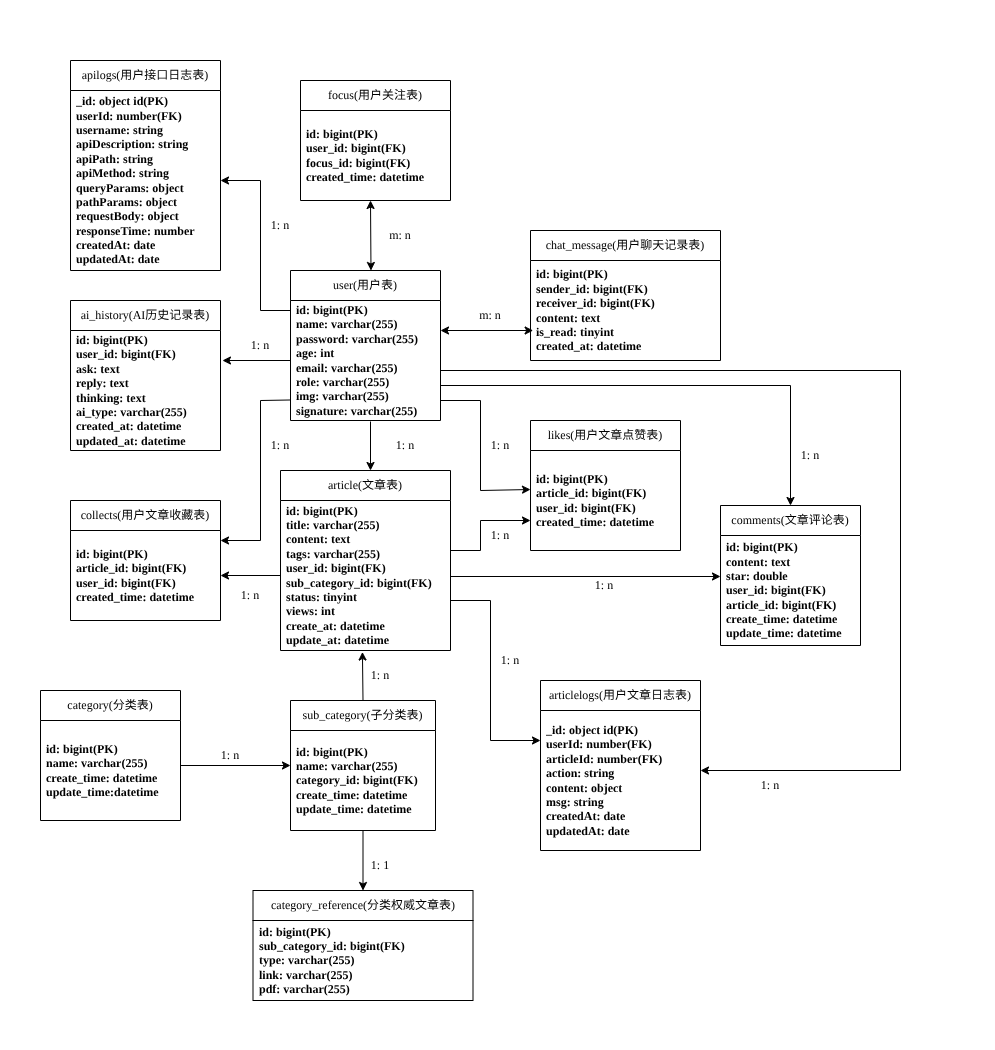
Earlier version of the draw.io export static/pic/er.drawio.png (hongch666/mix-web-demo). Source tidied: cells renumbered, new cells last; positions are measured from the earlier drawing's top-left corner, leaving out a move shared by most shapes.
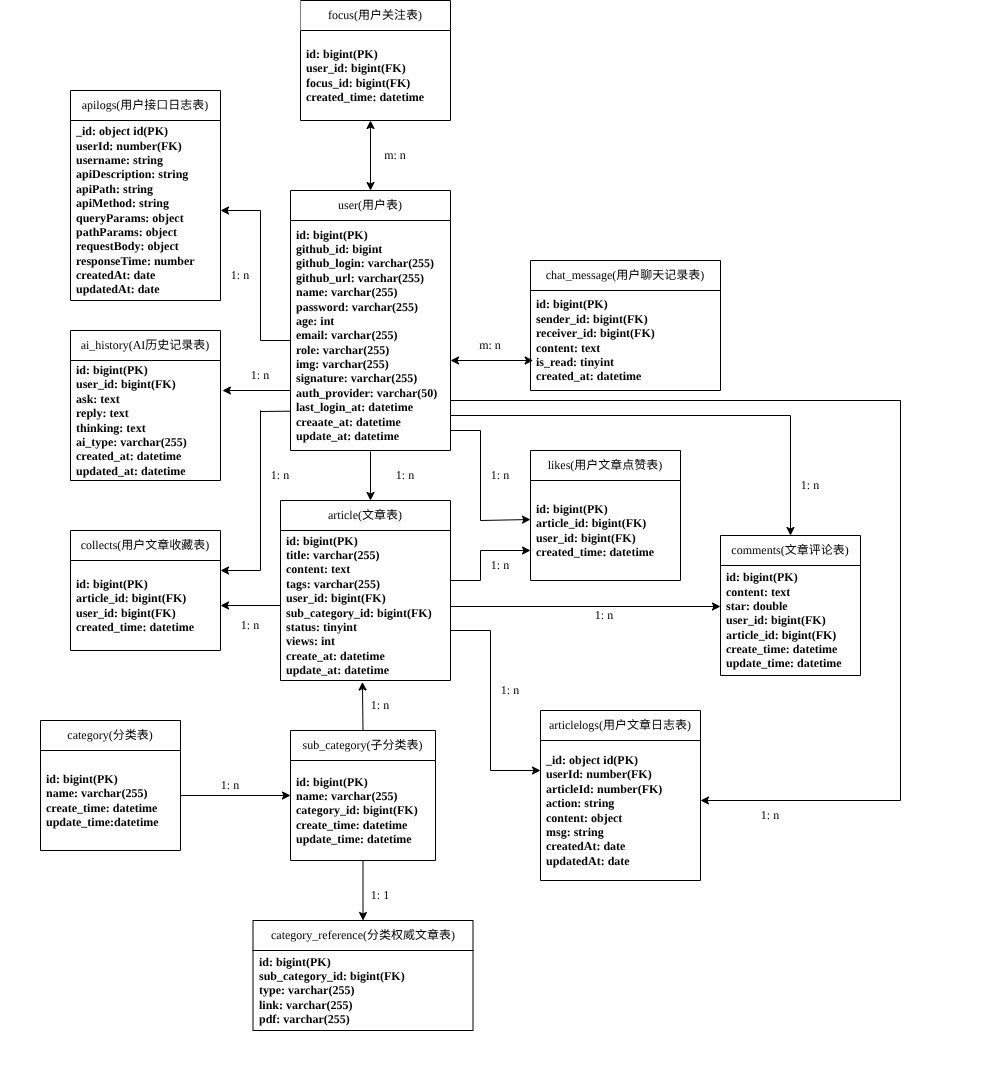
After the change.

Commit message:
更新架构图和ER图

Diff of the diagram source:
```diff
@@ -3,10 +3,10 @@
     <mxCell id="0" />
     <mxCell id="1" parent="0" />
     <mxCell id="2" value="user(用户表)" style="swimlane;fontStyle=0;horizontal=1;startSize=30;whiteSpace=wrap;html=1;fontColor=default;fontFamily=Times New Roman;" parent="1" vertex="1">
-      <mxGeometry x="290" y="270" width="150" height="150" as="geometry" />
+      <mxGeometry x="290" y="160" width="160" height="260" as="geometry" />
     </mxCell>
-    <mxCell id="3" value="&lt;font style=&quot;&quot;&gt;&lt;b style=&quot;&quot;&gt;id: bigint(PK)&lt;/b&gt;&lt;/font&gt;&lt;div&gt;&lt;font style=&quot;&quot;&gt;&lt;b style=&quot;&quot;&gt;name: &lt;/b&gt;&lt;b&gt;varchar&lt;/b&gt;&lt;b style=&quot;&quot;&gt;(255)&lt;/b&gt;&lt;/font&gt;&lt;/div&gt;&lt;div&gt;&lt;font style=&quot;&quot;&gt;&lt;b style=&quot;&quot;&gt;password:&amp;nbsp;&lt;span style=&quot;scrollbar-color: rgb(75, 75, 75) rgb(27, 29, 30);&quot;&gt;varchar(255)&lt;/span&gt;&lt;/b&gt;&lt;/font&gt;&lt;/div&gt;&lt;div&gt;&lt;font style=&quot;&quot;&gt;&lt;b style=&quot;&quot;&gt;age: int&lt;/b&gt;&lt;/font&gt;&lt;/div&gt;&lt;div&gt;&lt;font style=&quot;&quot;&gt;&lt;b style=&quot;&quot;&gt;email:&amp;nbsp;&lt;span style=&quot;scrollbar-color: rgb(75, 75, 75) rgb(27, 29, 30);&quot;&gt;varchar(255)&lt;/span&gt;&lt;/b&gt;&lt;/font&gt;&lt;/div&gt;&lt;div&gt;&lt;font style=&quot;&quot;&gt;&lt;b style=&quot;&quot;&gt;role:&amp;nbsp;&lt;span style=&quot;scrollbar-color: rgb(75, 75, 75) rgb(27, 29, 30);&quot;&gt;varchar(255)&lt;/span&gt;&lt;/b&gt;&lt;/font&gt;&lt;/div&gt;&lt;div&gt;&lt;font style=&quot;&quot;&gt;&lt;b style=&quot;&quot;&gt;img:&amp;nbsp;&lt;span style=&quot;scrollbar-color: rgb(75, 75, 75) rgb(27, 29, 30);&quot;&gt;varchar(255)&lt;/span&gt;&lt;/b&gt;&lt;/font&gt;&lt;/div&gt;&lt;div&gt;&lt;font style=&quot;&quot;&gt;&lt;b style=&quot;&quot;&gt;signature:&amp;nbsp;&lt;span style=&quot;scrollbar-color: rgb(75, 75, 75) rgb(27, 29, 30);&quot;&gt;varchar(255)&lt;/span&gt;&lt;/b&gt;&lt;/font&gt;&lt;/div&gt;" style="text;strokeColor=none;fillColor=none;align=left;verticalAlign=middle;spacingLeft=4;spacingRight=4;overflow=hidden;points=[[0,0.5],[1,0.5]];portConstraint=eastwest;whiteSpace=wrap;html=1;fontColor=default;labelBackgroundColor=none;fontFamily=Times New Roman;" parent="2" vertex="1">
-      <mxGeometry y="30" width="150" height="120" as="geometry" />
+    <mxCell id="3" value="&lt;font style=&quot;&quot;&gt;&lt;b style=&quot;&quot;&gt;id: bigint(PK)&lt;/b&gt;&lt;/font&gt;&lt;div&gt;&lt;b&gt;github_id: bigint&lt;/b&gt;&lt;/div&gt;&lt;div&gt;&lt;b&gt;github_login: varchar(255)&lt;/b&gt;&lt;/div&gt;&lt;div&gt;&lt;b&gt;github_url: varchar(255)&lt;br&gt;&lt;/b&gt;&lt;div&gt;&lt;font style=&quot;&quot;&gt;&lt;b style=&quot;&quot;&gt;name: &lt;/b&gt;&lt;b&gt;varchar&lt;/b&gt;&lt;b style=&quot;&quot;&gt;(255)&lt;/b&gt;&lt;/font&gt;&lt;/div&gt;&lt;div&gt;&lt;font style=&quot;&quot;&gt;&lt;b style=&quot;&quot;&gt;password:&amp;nbsp;&lt;span style=&quot;scrollbar-color: rgb(75, 75, 75) rgb(27, 29, 30);&quot;&gt;varchar(255)&lt;/span&gt;&lt;/b&gt;&lt;/font&gt;&lt;/div&gt;&lt;div&gt;&lt;font style=&quot;&quot;&gt;&lt;b style=&quot;&quot;&gt;age: int&lt;/b&gt;&lt;/font&gt;&lt;/div&gt;&lt;div&gt;&lt;font style=&quot;&quot;&gt;&lt;b style=&quot;&quot;&gt;email:&amp;nbsp;&lt;span style=&quot;scrollbar-color: rgb(75, 75, 75) rgb(27, 29, 30);&quot;&gt;varchar(255)&lt;/span&gt;&lt;/b&gt;&lt;/font&gt;&lt;/div&gt;&lt;div&gt;&lt;font style=&quot;&quot;&gt;&lt;b style=&quot;&quot;&gt;role:&amp;nbsp;&lt;span style=&quot;scrollbar-color: rgb(75, 75, 75) rgb(27, 29, 30);&quot;&gt;varchar(255)&lt;/span&gt;&lt;/b&gt;&lt;/font&gt;&lt;/div&gt;&lt;div&gt;&lt;font style=&quot;&quot;&gt;&lt;b style=&quot;&quot;&gt;img:&amp;nbsp;&lt;span style=&quot;scrollbar-color: rgb(75, 75, 75) rgb(27, 29, 30);&quot;&gt;varchar(255)&lt;/span&gt;&lt;/b&gt;&lt;/font&gt;&lt;/div&gt;&lt;div&gt;&lt;font style=&quot;&quot;&gt;&lt;b style=&quot;&quot;&gt;signature:&amp;nbsp;&lt;span style=&quot;scrollbar-color: rgb(75, 75, 75) rgb(27, 29, 30);&quot;&gt;varchar(255)&lt;/span&gt;&lt;/b&gt;&lt;/font&gt;&lt;/div&gt;&lt;/div&gt;&lt;div&gt;&lt;font style=&quot;&quot;&gt;&lt;b style=&quot;&quot;&gt;&lt;span style=&quot;scrollbar-color: rgb(75, 75, 75) rgb(27, 29, 30);&quot;&gt;auth_provider: varchar(50)&lt;/span&gt;&lt;/b&gt;&lt;/font&gt;&lt;/div&gt;&lt;div&gt;&lt;font style=&quot;&quot;&gt;&lt;b style=&quot;&quot;&gt;&lt;span style=&quot;scrollbar-color: rgb(75, 75, 75) rgb(27, 29, 30);&quot;&gt;last_login_at: datetime&lt;/span&gt;&lt;/b&gt;&lt;/font&gt;&lt;/div&gt;&lt;div&gt;&lt;font style=&quot;&quot;&gt;&lt;b style=&quot;&quot;&gt;&lt;span style=&quot;scrollbar-color: rgb(75, 75, 75) rgb(27, 29, 30);&quot;&gt;creaate_at: datetime&lt;/span&gt;&lt;/b&gt;&lt;/font&gt;&lt;/div&gt;&lt;div&gt;&lt;font style=&quot;&quot;&gt;&lt;b style=&quot;&quot;&gt;&lt;span style=&quot;scrollbar-color: rgb(75, 75, 75) rgb(27, 29, 30);&quot;&gt;update_at: datetime&lt;/span&gt;&lt;/b&gt;&lt;/font&gt;&lt;/div&gt;" style="text;strokeColor=none;fillColor=none;align=left;verticalAlign=middle;spacingLeft=4;spacingRight=4;overflow=hidden;points=[[0,0.5],[1,0.5]];portConstraint=eastwest;whiteSpace=wrap;html=1;fontColor=default;labelBackgroundColor=none;fontFamily=Times New Roman;" parent="2" vertex="1">
+      <mxGeometry y="30" width="160" height="230" as="geometry" />
     </mxCell>
     <mxCell id="4" value="article(文章表)" style="swimlane;fontStyle=0;horizontal=1;startSize=30;whiteSpace=wrap;html=1;fontFamily=Times New Roman;" parent="1" vertex="1">
       <mxGeometry x="280" y="470" width="170" height="180" as="geometry" />
@@ -85,7 +85,7 @@
     </mxCell>
     <mxCell id="25" style="endArrow=none;html=1;fontFamily=Times New Roman;" parent="1" edge="1">
       <mxGeometry relative="1" as="geometry">
-        <mxPoint x="440" y="400" as="sourcePoint" />
+        <mxPoint x="450" y="400" as="sourcePoint" />
         <mxPoint x="480" y="400" as="targetPoint" />
       </mxGeometry>
     </mxCell>
@@ -121,13 +121,13 @@
     </mxCell>
     <mxCell id="31" style="endArrow=none;html=1;entryX=0;entryY=0.829;entryDx=0;entryDy=0;entryPerimeter=0;fontFamily=Times New Roman;" parent="1" edge="1" target="3">
       <mxGeometry relative="1" as="geometry">
-        <mxPoint x="260" y="400" as="sourcePoint" />
+        <mxPoint x="260" y="381" as="sourcePoint" />
       </mxGeometry>
     </mxCell>
     <mxCell id="32" style="endArrow=none;html=1;fontFamily=Times New Roman;" parent="1" edge="1">
       <mxGeometry relative="1" as="geometry">
         <mxPoint x="260" y="540" as="sourcePoint" />
-        <mxPoint x="260" y="400" as="targetPoint" />
+        <mxPoint x="260" y="380" as="targetPoint" />
       </mxGeometry>
     </mxCell>
     <mxCell id="33" style="endArrow=classic;html=1;fontFamily=Times New Roman;" parent="1" edge="1">
@@ -142,15 +142,14 @@
       </mxGeometry>
     </mxCell>
     <mxCell id="35" value="focus&lt;span style=&quot;&quot;&gt;(用户关注表)&lt;/span&gt;" style="swimlane;fontStyle=0;horizontal=1;startSize=30;whiteSpace=wrap;html=1;fontColor=default;fontFamily=Times New Roman;" parent="1" vertex="1">
-      <mxGeometry x="300" y="80" width="150" height="120" as="geometry" />
+      <mxGeometry x="300" y="-30" width="150" height="120" as="geometry" />
     </mxCell>
     <mxCell id="36" value="&lt;span style=&quot;scrollbar-color: rgb(75, 75, 75) rgb(27, 29, 30);&quot;&gt;&lt;b&gt;id: bigint(PK)&lt;/b&gt;&lt;/span&gt;&lt;div style=&quot;scrollbar-color: rgb(75, 75, 75) rgb(27, 29, 30);&quot;&gt;&lt;span style=&quot;scrollbar-color: rgb(75, 75, 75) rgb(27, 29, 30);&quot;&gt;&lt;b&gt;user_id:&amp;nbsp;&lt;/b&gt;&lt;/span&gt;&lt;b style=&quot;background-color: transparent; scrollbar-color: rgb(75, 75, 75) rgb(27, 29, 30);&quot;&gt;bigint(FK)&lt;/b&gt;&lt;/div&gt;&lt;div style=&quot;scrollbar-color: rgb(75, 75, 75) rgb(27, 29, 30);&quot;&gt;&lt;span style=&quot;scrollbar-color: rgb(75, 75, 75) rgb(27, 29, 30);&quot;&gt;&lt;b&gt;focus_id:&amp;nbsp;&lt;/b&gt;&lt;/span&gt;&lt;b style=&quot;background-color: transparent; scrollbar-color: rgb(75, 75, 75) rgb(27, 29, 30);&quot;&gt;bigint(FK)&lt;/b&gt;&lt;/div&gt;&lt;div style=&quot;scrollbar-color: rgb(75, 75, 75) rgb(27, 29, 30);&quot;&gt;&lt;span style=&quot;scrollbar-color: rgb(75, 75, 75) rgb(27, 29, 30);&quot;&gt;&lt;b&gt;created_time: datetime&lt;/b&gt;&lt;/span&gt;&lt;/div&gt;" style="text;strokeColor=none;fillColor=none;align=left;verticalAlign=middle;spacingLeft=4;spacingRight=4;overflow=hidden;whiteSpace=wrap;html=1;fontColor=default;fontFamily=Times New Roman;" parent="35" vertex="1">
       <mxGeometry y="30" width="150" height="90" as="geometry" />
     </mxCell>
-    <mxCell id="37" style="endArrow=classic;startArrow=classic;html=1;fontFamily=Times New Roman;" parent="1" edge="1">
+    <mxCell id="37" style="endArrow=classic;startArrow=classic;html=1;fontFamily=Times New Roman;exitX=0.5;exitY=0;exitDx=0;exitDy=0;" parent="1" edge="1" source="2">
       <mxGeometry relative="1" as="geometry">
-        <mxPoint x="370.5" y="270" as="sourcePoint" />
-        <mxPoint x="370" y="200" as="targetPoint" />
+        <mxPoint x="370" y="90" as="targetPoint" />
       </mxGeometry>
     </mxCell>
     <mxCell id="38" style="endArrow=classic;html=1;fontFamily=Times New Roman;" parent="1" edge="1">
@@ -179,7 +178,7 @@
     </mxCell>
     <mxCell id="44" style="endArrow=none;html=1;fontFamily=Times New Roman;" parent="1" edge="1">
       <mxGeometry relative="1" as="geometry">
-        <mxPoint x="440" y="385" as="sourcePoint" />
+        <mxPoint x="450" y="385" as="sourcePoint" />
         <mxPoint x="790" y="385" as="targetPoint" />
       </mxGeometry>
     </mxCell>
@@ -196,7 +195,7 @@
     </mxCell>
     <mxCell id="47" style="endArrow=none;html=1;fontFamily=Times New Roman;" parent="1" edge="1">
       <mxGeometry relative="1" as="geometry">
-        <mxPoint x="440" y="370" as="sourcePoint" />
+        <mxPoint x="450" y="370" as="sourcePoint" />
         <mxPoint x="900" y="370" as="targetPoint" />
       </mxGeometry>
     </mxCell>
@@ -225,7 +224,7 @@
     </mxCell>
     <mxCell id="52" style="endArrow=classic;startArrow=classic;html=1;entryX=0.014;entryY=0.7;entryDx=0;entryDy=0;entryPerimeter=0;fontFamily=Times New Roman;" parent="1" edge="1" target="15">
       <mxGeometry relative="1" as="geometry">
-        <mxPoint x="440" y="330" as="sourcePoint" />
+        <mxPoint x="450" y="330" as="sourcePoint" />
       </mxGeometry>
     </mxCell>
     <mxCell id="53" style="endArrow=classic;html=1;exitX=0.5;exitY=0;exitDx=0;exitDy=0;entryX=0.482;entryY=1.01;entryDx=0;entryDy=0;entryPerimeter=0;fontFamily=Times New Roman;" parent="1" edge="1" source="7" target="5">
@@ -235,7 +234,7 @@
       <mxGeometry x="985" y="270" width="10" height="30" as="geometry" />
     </mxCell>
     <mxCell id="55" style="rounded=0;whiteSpace=wrap;html=1;textOpacity=0;labelBorderColor=light-dark(#000000,#FFFFFF);fontColor=none;noLabel=1;strokeColor=none;fontFamily=Times New Roman;" parent="1" vertex="1">
-      <mxGeometry x="290" width="10" height="30" as="geometry" />
+      <mxGeometry x="290" y="-30" width="10" height="30" as="geometry" />
     </mxCell>
     <mxCell id="56" style="rounded=0;whiteSpace=wrap;html=1;textOpacity=0;labelBorderColor=light-dark(#000000,#FFFFFF);fontColor=none;noLabel=1;strokeColor=none;fontFamily=Times New Roman;" parent="1" vertex="1">
       <mxGeometry y="370" width="10" height="30" as="geometry" />
@@ -244,7 +243,7 @@
       <mxGeometry x="425" y="1020" width="10" height="30" as="geometry" />
     </mxCell>
     <mxCell id="58" value="1: n" style="text;html=1;align=center;verticalAlign=middle;whiteSpace=wrap;rounded=0;fontFamily=Times New Roman;" parent="1" vertex="1">
-      <mxGeometry x="250" y="210" width="60" height="30" as="geometry" />
+      <mxGeometry x="210" y="230" width="60" height="30" as="geometry" />
     </mxCell>
     <mxCell id="59" value="1: n" style="text;html=1;align=center;verticalAlign=middle;whiteSpace=wrap;rounded=0;fontFamily=Times New Roman;" parent="1" vertex="1">
       <mxGeometry x="250" y="430" width="60" height="30" as="geometry" />
@@ -279,14 +278,14 @@
     <mxCell id="69" value="1: n" style="text;html=1;align=center;verticalAlign=middle;whiteSpace=wrap;rounded=0;fontFamily=Times New Roman;" parent="1" vertex="1">
       <mxGeometry x="780" y="440" width="60" height="30" as="geometry" />
     </mxCell>
-    <mxCell id="70" style="edgeStyle=none;html=1;exitX=0;exitY=0.5;exitDx=0;exitDy=0;entryX=1.013;entryY=0.25;entryDx=0;entryDy=0;entryPerimeter=0;fontFamily=Times New Roman;" parent="1" edge="1" source="3" target="17">
+    <mxCell id="70" style="edgeStyle=none;html=1;exitX=1;exitY=1;exitDx=0;exitDy=0;entryX=1.013;entryY=0.25;entryDx=0;entryDy=0;entryPerimeter=0;fontFamily=Times New Roman;" parent="1" edge="1" source="71" target="17">
       <mxGeometry relative="1" as="geometry" />
     </mxCell>
     <mxCell id="71" value="1: n" style="text;html=1;align=center;verticalAlign=middle;whiteSpace=wrap;rounded=0;fontFamily=Times New Roman;" parent="1" vertex="1">
       <mxGeometry x="230" y="330" width="60" height="30" as="geometry" />
     </mxCell>
     <mxCell id="72" value="m: n" style="text;html=1;align=center;verticalAlign=middle;whiteSpace=wrap;rounded=0;fontFamily=Times New Roman;" parent="1" vertex="1">
-      <mxGeometry x="370" y="220" width="60" height="30" as="geometry" />
+      <mxGeometry x="365" y="110" width="60" height="30" as="geometry" />
     </mxCell>
     <mxCell id="73" value="m: n" style="text;html=1;align=center;verticalAlign=middle;whiteSpace=wrap;rounded=0;fontFamily=Times New Roman;" parent="1" vertex="1">
       <mxGeometry x="460" y="300" width="60" height="30" as="geometry" />
```
